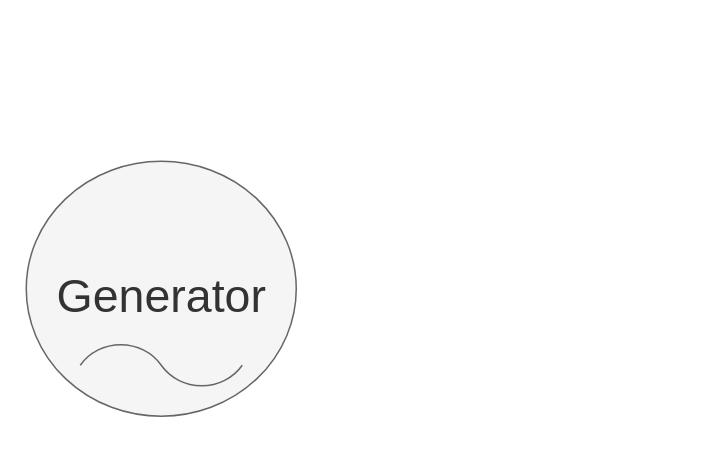
This is page "Page-3" (3 of 3) of 123regulation.drawio from NJVD91/FFR, a draw.io file, before an edit. Source tidied: cells renumbered, new cells numbered last; positions are measured from the earlier drawing's top-left corner, leaving out a move shared by most shapes. Both pictures are drawn from the tidied source at 150%, with x=0, y=0 at pixel (26, 160).
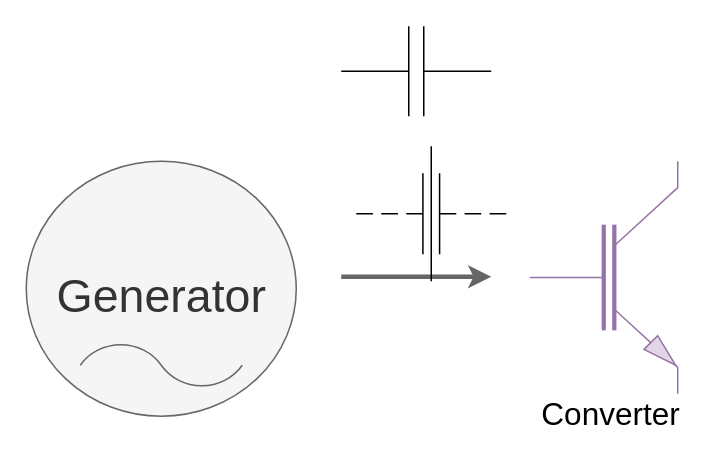
Above is the later version.

Diff of the diagram source:
```diff
@@
 <mxGraphModel>
   <root>
     <mxCell id="0" />
     <mxCell id="1" parent="0" />
     <mxCell id="2" value="&lt;font style=&quot;font-size: 31px&quot;&gt;Generator&lt;/font&gt;" style="dashed=0;align=center;html=1;shape=mxgraph.pid.engines.generator_(ac);fontSize=45;fillColor=#f5f5f5;fontColor=#333333;strokeColor=#666666;" parent="1" vertex="1">
       <mxGeometry width="180" height="170" as="geometry" />
     </mxCell>
+    <mxCell id="3" style="verticalLabelPosition=bottom;shadow=0;dashed=0;align=center;html=1;verticalAlign=top;shape=mxgraph.electrical.transistors.nigbt;fontSize=31;fillColor=#e1d5e7;strokeColor=#9673a6;" parent="1" vertex="1">
+      <mxGeometry x="330" width="110" height="155" as="geometry" />
+    </mxCell>
+    <mxCell id="4" value="&lt;font style=&quot;font-size: 21px&quot;&gt;Converter&lt;/font&gt;" style="text;html=1;strokeColor=none;fillColor=none;align=center;verticalAlign=middle;whiteSpace=wrap;rounded=0;fontSize=31;" parent="1" vertex="1">
+      <mxGeometry x="360" y="150" width="60" height="30" as="geometry" />
+    </mxCell>
+    <mxCell id="5" style="endArrow=classic;html=1;rounded=0;fontSize=21;strokeColor=#666666;strokeWidth=3;fillColor=#f5f5f5;" parent="1" edge="1">
+      <mxGeometry relative="1" as="geometry">
+        <mxPoint x="210" y="77" as="sourcePoint" />
+        <mxPoint x="310" y="77" as="targetPoint" />
+      </mxGeometry>
+    </mxCell>
+    <mxCell id="6" style="verticalLabelPosition=bottom;shadow=0;dashed=0;align=center;html=1;verticalAlign=top;shape=mxgraph.electrical.capacitors.capacitor_1;fontSize=21;fillColor=#33FF33;" parent="1" vertex="1">
+      <mxGeometry x="210" y="-90" width="100" height="60" as="geometry" />
+    </mxCell>
+    <mxCell id="7" style="verticalLabelPosition=bottom;shadow=0;dashed=0;align=center;html=1;verticalAlign=top;shape=mxgraph.electrical.capacitors.feed_through_capacitor;fontSize=21;fillColor=#33FF33;" parent="1" vertex="1">
+      <mxGeometry x="220" y="-10" width="100" height="90" as="geometry" />
+    </mxCell>
   </root>
 </mxGraphModel>
```
